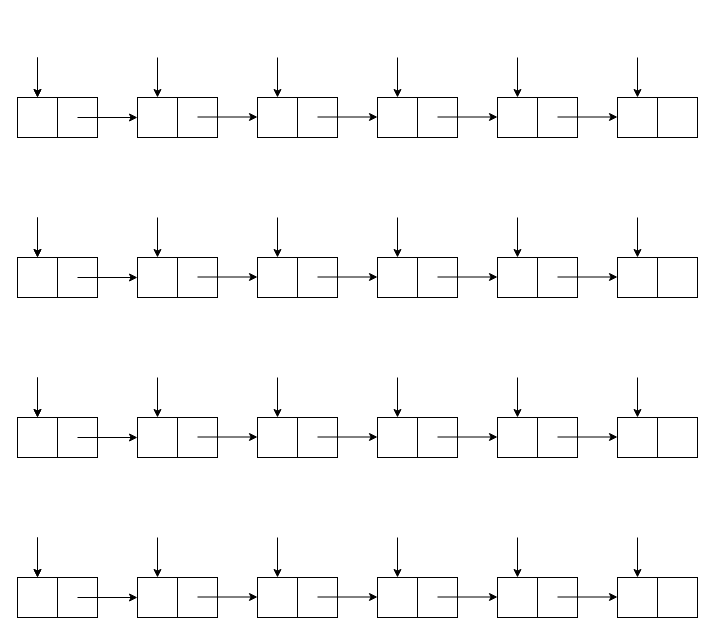
Above: Untitled Diagram.drawio in PoriPoriPori/Pori (draw.io), before the change. Source tidied: cells renumbered, new cells numbered last; positions are measured from the earlier drawing's top-left corner, leaving out a move shared by most shapes. Both pictures are drawn from the tidied source at 100%, with x=0, y=0 at pixel (17, 57).
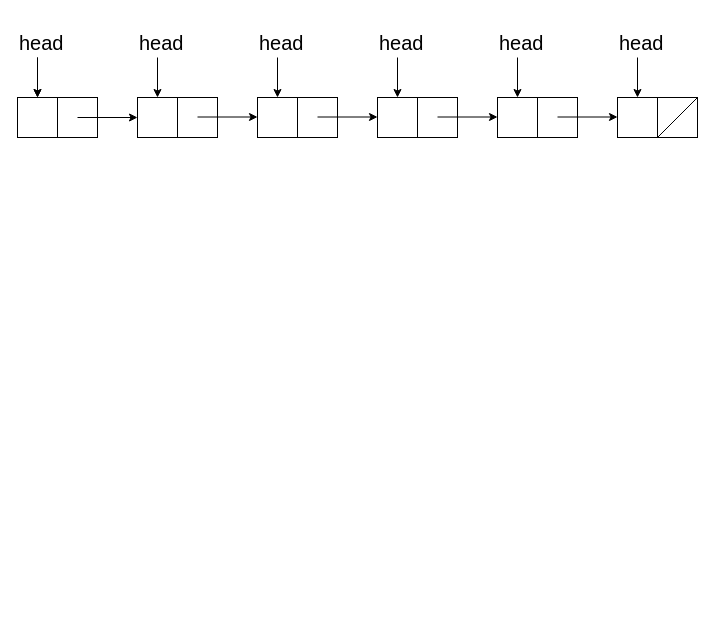
Above is the later version.

Unchanged cells that the change refers to:
```xml
<mxCell id="2" style="group;" parent="1" vertex="1">
  <mxGeometry width="680" height="80" as="geometry" />
</mxCell>
<mxCell id="3" style="rounded=0;whiteSpace=wrap;html=1;comic=0;" parent="2" vertex="1">
  <mxGeometry x="600" y="40" width="80" height="40" as="geometry" />
</mxCell>
```

What changed in the source:
```diff
@@
-    <mxCell id="27" style="group;" parent="1" vertex="1">
-      <mxGeometry y="480" width="680" height="80" as="geometry" />
-    </mxCell>
-    <mxCell id="28" style="rounded=0;whiteSpace=wrap;html=1;comic=0;" parent="27" vertex="1">
-      <mxGeometry x="600" y="40" width="80" height="40" as="geometry" />
-    </mxCell>
-    <mxCell id="29" style="endArrow=none;html=1;exitX=0.5;exitY=1;exitDx=0;exitDy=0;entryX=0.5;entryY=0;entryDx=0;entryDy=0;comic=0;" parent="27" edge="1" source="28" target="28">
-      <mxGeometry relative="1" as="geometry" />
-    </mxCell>
-    <mxCell id="30" style="rounded=0;whiteSpace=wrap;html=1;comic=0;" parent="27" vertex="1">
-      <mxGeometry x="480" y="40" width="80" height="40" as="geometry" />
-    </mxCell>
-    <mxCell id="31" style="endArrow=none;html=1;exitX=0.5;exitY=1;exitDx=0;exitDy=0;entryX=0.5;entryY=0;entryDx=0;entryDy=0;comic=0;" parent="27" edge="1" source="30" target="30">
-      <mxGeometry relative="1" as="geometry" />
-    </mxCell>
-    <mxCell id="32" style="rounded=0;whiteSpace=wrap;html=1;comic=0;" parent="27" vertex="1">
-      <mxGeometry x="360" y="40" width="80" height="40" as="geometry" />
-    </mxCell>
-    <mxCell id="33" style="endArrow=none;html=1;exitX=0.5;exitY=1;exitDx=0;exitDy=0;entryX=0.5;entryY=0;entryDx=0;entryDy=0;comic=0;" parent="27" edge="1" source="32" target="32">
-      <mxGeometry relative="1" as="geometry" />
-    </mxCell>
-    <mxCell id="34" style="rounded=0;whiteSpace=wrap;html=1;comic=0;" parent="27" vertex="1">
-      <mxGeometry y="40" width="80" height="40" as="geometry" />
-    </mxCell>
-    <mxCell id="35" style="endArrow=none;html=1;exitX=0.5;exitY=1;exitDx=0;exitDy=0;entryX=0.5;entryY=0;entryDx=0;entryDy=0;comic=0;" parent="27" edge="1" source="34" target="34">
-      <mxGeometry relative="1" as="geometry" />
-    </mxCell>
-    <mxCell id="36" style="rounded=0;whiteSpace=wrap;html=1;comic=0;" parent="27" vertex="1">
-      <mxGeometry x="240" y="40" width="80" height="40" as="geometry" />
-    </mxCell>
-    <mxCell id="37" style="endArrow=none;html=1;exitX=0.5;exitY=1;exitDx=0;exitDy=0;entryX=0.5;entryY=0;entryDx=0;entryDy=0;comic=0;" parent="27" edge="1" source="36" target="36">
-      <mxGeometry relative="1" as="geometry" />
-    </mxCell>
-    <mxCell id="38" style="rounded=0;whiteSpace=wrap;html=1;comic=0;" parent="27" vertex="1">
-      <mxGeometry x="120" y="40" width="80" height="40" as="geometry" />
-    </mxCell>
-    <mxCell id="39" style="endArrow=none;html=1;exitX=0.5;exitY=1;exitDx=0;exitDy=0;entryX=0.5;entryY=0;entryDx=0;entryDy=0;comic=0;" parent="27" edge="1" source="38" target="38">
-      <mxGeometry relative="1" as="geometry" />
-    </mxCell>
-    <mxCell id="40" style="endArrow=classic;html=1;comic=0;" parent="27" edge="1">
-      <mxGeometry relative="1" as="geometry">
-        <mxPoint x="60" y="60" as="sourcePoint" />
-        <mxPoint x="120" y="60" as="targetPoint" />
-      </mxGeometry>
-    </mxCell>
-    <mxCell id="41" style="endArrow=classic;html=1;comic=0;" parent="27" edge="1">
-      <mxGeometry relative="1" as="geometry">
-        <mxPoint x="180" y="59.5" as="sourcePoint" />
-        <mxPoint x="240" y="59.5" as="targetPoint" />
-      </mxGeometry>
-    </mxCell>
-    <mxCell id="42" style="endArrow=classic;html=1;comic=0;" parent="27" edge="1">
-      <mxGeometry relative="1" as="geometry">
-        <mxPoint x="300" y="59.5" as="sourcePoint" />
-        <mxPoint x="360" y="59.5" as="targetPoint" />
-      </mxGeometry>
-    </mxCell>
-    <mxCell id="43" style="endArrow=classic;html=1;comic=0;" parent="27" edge="1">
-      <mxGeometry relative="1" as="geometry">
-        <mxPoint x="420" y="59.5" as="sourcePoint" />
-        <mxPoint x="480" y="59.5" as="targetPoint" />
-      </mxGeometry>
-    </mxCell>
-    <mxCell id="44" style="endArrow=classic;html=1;comic=0;" parent="27" edge="1">
-      <mxGeometry relative="1" as="geometry">
-        <mxPoint x="540" y="59.5" as="sourcePoint" />
-        <mxPoint x="600" y="59.5" as="targetPoint" />
-      </mxGeometry>
-    </mxCell>
-    <mxCell id="45" style="endArrow=classic;html=1;entryX=0.25;entryY=0;entryDx=0;entryDy=0;comic=0;" parent="27" edge="1" target="34">
-      <mxGeometry relative="1" as="geometry">
-        <mxPoint x="20" as="sourcePoint" />
-      </mxGeometry>
-    </mxCell>
-    <mxCell id="46" style="endArrow=classic;html=1;entryX=0.25;entryY=0;entryDx=0;entryDy=0;comic=0;" parent="27" edge="1">
-      <mxGeometry relative="1" as="geometry">
-        <mxPoint x="20" as="sourcePoint" />
-        <mxPoint x="20" y="40" as="targetPoint" />
-      </mxGeometry>
-    </mxCell>
-    <mxCell id="47" style="endArrow=classic;html=1;entryX=0.25;entryY=0;entryDx=0;entryDy=0;comic=0;" parent="27" edge="1">
-      <mxGeometry relative="1" as="geometry">
-        <mxPoint x="140" as="sourcePoint" />
-        <mxPoint x="140" y="40" as="targetPoint" />
-      </mxGeometry>
-    </mxCell>
-    <mxCell id="48" style="endArrow=classic;html=1;entryX=0.25;entryY=0;entryDx=0;entryDy=0;comic=0;" parent="27" edge="1">
-      <mxGeometry relative="1" as="geometry">
-        <mxPoint x="260" as="sourcePoint" />
-        <mxPoint x="260" y="40" as="targetPoint" />
-      </mxGeometry>
-    </mxCell>
-    <mxCell id="49" style="endArrow=classic;html=1;entryX=0.25;entryY=0;entryDx=0;entryDy=0;comic=0;" parent="27" edge="1">
-      <mxGeometry relative="1" as="geometry">
-        <mxPoint x="380" as="sourcePoint" />
-        <mxPoint x="380" y="40" as="targetPoint" />
-      </mxGeometry>
-    </mxCell>
-    <mxCell id="50" style="endArrow=classic;html=1;entryX=0.25;entryY=0;entryDx=0;entryDy=0;comic=0;" parent="27" edge="1" target="28">
-      <mxGeometry relative="1" as="geometry">
-        <mxPoint x="620" as="sourcePoint" />
-      </mxGeometry>
-    </mxCell>
-    <mxCell id="51" style="endArrow=classic;html=1;entryX=0.25;entryY=0;entryDx=0;entryDy=0;comic=0;" parent="27" edge="1" target="30">
-      <mxGeometry relative="1" as="geometry">
-        <mxPoint x="500" as="sourcePoint" />
-      </mxGeometry>
-    </mxCell>
-    <mxCell id="52" style="group;" parent="1" vertex="1">
-      <mxGeometry y="320" width="680" height="80" as="geometry" />
-    </mxCell>
-    <mxCell id="53" style="rounded=0;whiteSpace=wrap;html=1;comic=0;" parent="52" vertex="1">
-      <mxGeometry x="600" y="40" width="80" height="40" as="geometry" />
-    </mxCell>
-    <mxCell id="54" style="endArrow=none;html=1;exitX=0.5;exitY=1;exitDx=0;exitDy=0;entryX=0.5;entryY=0;entryDx=0;entryDy=0;comic=0;" parent="52" edge="1" source="53" target="53">
-      <mxGeometry relative="1" as="geometry" />
-    </mxCell>
-    <mxCell id="55" style="rounded=0;whiteSpace=wrap;html=1;comic=0;" parent="52" vertex="1">
-      <mxGeometry x="480" y="40" width="80" height="40" as="geometry" />
-    </mxCell>
-    <mxCell id="56" style="endArrow=none;html=1;exitX=0.5;exitY=1;exitDx=0;exitDy=0;entryX=0.5;entryY=0;entryDx=0;entryDy=0;comic=0;" parent="52" edge="1" source="55" target="55">
-      <mxGeometry relative="1" as="geometry" />
-    </mxCell>
-    <mxCell id="57" style="rounded=0;whiteSpace=wrap;html=1;comic=0;" parent="52" vertex="1">
-      <mxGeometry x="360" y="40" width="80" height="40" as="geometry" />
-    </mxCell>
-    <mxCell id="58" style="endArrow=none;html=1;exitX=0.5;exitY=1;exitDx=0;exitDy=0;entryX=0.5;entryY=0;entryDx=0;entryDy=0;comic=0;" parent="52" edge="1" source="57" target="57">
-      <mxGeometry relative="1" as="geometry" />
-    </mxCell>
-    <mxCell id="59" style="rounded=0;whiteSpace=wrap;html=1;comic=0;" parent="52" vertex="1">
-      <mxGeometry y="40" width="80" height="40" as="geometry" />
-    </mxCell>
-    <mxCell id="60" style="endArrow=none;html=1;exitX=0.5;exitY=1;exitDx=0;exitDy=0;entryX=0.5;entryY=0;entryDx=0;entryDy=0;comic=0;" parent="52" edge="1" source="59" target="59">
-      <mxGeometry relative="1" as="geometry" />
-    </mxCell>
-    <mxCell id="61" style="rounded=0;whiteSpace=wrap;html=1;comic=0;" parent="52" vertex="1">
-      <mxGeometry x="240" y="40" width="80" height="40" as="geometry" />
-    </mxCell>
-    <mxCell id="62" style="endArrow=none;html=1;exitX=0.5;exitY=1;exitDx=0;exitDy=0;entryX=0.5;entryY=0;entryDx=0;entryDy=0;comic=0;" parent="52" edge="1" source="61" target="61">
-      <mxGeometry relative="1" as="geometry" />
-    </mxCell>
-    <mxCell id="63" style="rounded=0;whiteSpace=wrap;html=1;comic=0;" parent="52" vertex="1">
-      <mxGeometry x="120" y="40" width="80" height="40" as="geometry" />
-    </mxCell>
-    <mxCell id="64" style="endArrow=none;html=1;exitX=0.5;exitY=1;exitDx=0;exitDy=0;entryX=0.5;entryY=0;entryDx=0;entryDy=0;comic=0;" parent="52" edge="1" source="63" target="63">
-      <mxGeometry relative="1" as="geometry" />
-    </mxCell>
-    <mxCell id="65" style="endArrow=classic;html=1;comic=0;" parent="52" edge="1">
-      <mxGeometry relative="1" as="geometry">
-        <mxPoint x="60" y="60" as="sourcePoint" />
-        <mxPoint x="120" y="60" as="targetPoint" />
-      </mxGeometry>
-    </mxCell>
-    <mxCell id="66" style="endArrow=classic;html=1;comic=0;" parent="52" edge="1">
-      <mxGeometry relative="1" as="geometry">
-        <mxPoint x="180" y="59.5" as="sourcePoint" />
-        <mxPoint x="240" y="59.5" as="targetPoint" />
-      </mxGeometry>
-    </mxCell>
-    <mxCell id="67" style="endArrow=classic;html=1;comic=0;" parent="52" edge="1">
-      <mxGeometry relative="1" as="geometry">
-        <mxPoint x="300" y="59.5" as="sourcePoint" />
-        <mxPoint x="360" y="59.5" as="targetPoint" />
-      </mxGeometry>
-    </mxCell>
-    <mxCell id="68" style="endArrow=classic;html=1;comic=0;" parent="52" edge="1">
-      <mxGeometry relative="1" as="geometry">
-        <mxPoint x="420" y="59.5" as="sourcePoint" />
-        <mxPoint x="480" y="59.5" as="targetPoint" />
-      </mxGeometry>
-    </mxCell>
-    <mxCell id="69" style="endArrow=classic;html=1;comic=0;" parent="52" edge="1">
-      <mxGeometry relative="1" as="geometry">
-        <mxPoint x="540" y="59.5" as="sourcePoint" />
-        <mxPoint x="600" y="59.5" as="targetPoint" />
-      </mxGeometry>
-    </mxCell>
-    <mxCell id="70" style="endArrow=classic;html=1;entryX=0.25;entryY=0;entryDx=0;entryDy=0;comic=0;" parent="52" edge="1" target="59">
-      <mxGeometry relative="1" as="geometry">
-        <mxPoint x="20" as="sourcePoint" />
-      </mxGeometry>
-    </mxCell>
-    <mxCell id="71" style="endArrow=classic;html=1;entryX=0.25;entryY=0;entryDx=0;entryDy=0;comic=0;" parent="52" edge="1">
-      <mxGeometry relative="1" as="geometry">
-        <mxPoint x="20" as="sourcePoint" />
-        <mxPoint x="20" y="40" as="targetPoint" />
-      </mxGeometry>
-    </mxCell>
-    <mxCell id="72" style="endArrow=classic;html=1;entryX=0.25;entryY=0;entryDx=0;entryDy=0;comic=0;" parent="52" edge="1">
-      <mxGeometry relative="1" as="geometry">
-        <mxPoint x="140" as="sourcePoint" />
-        <mxPoint x="140" y="40" as="targetPoint" />
-      </mxGeometry>
-    </mxCell>
-    <mxCell id="73" style="endArrow=classic;html=1;entryX=0.25;entryY=0;entryDx=0;entryDy=0;comic=0;" parent="52" edge="1">
-      <mxGeometry relative="1" as="geometry">
-        <mxPoint x="260" as="sourcePoint" />
-        <mxPoint x="260" y="40" as="targetPoint" />
-      </mxGeometry>
-    </mxCell>
-    <mxCell id="74" style="endArrow=classic;html=1;entryX=0.25;entryY=0;entryDx=0;entryDy=0;comic=0;" parent="52" edge="1">
-      <mxGeometry relative="1" as="geometry">
-        <mxPoint x="380" as="sourcePoint" />
-        <mxPoint x="380" y="40" as="targetPoint" />
-      </mxGeometry>
-    </mxCell>
-    <mxCell id="75" style="endArrow=classic;html=1;entryX=0.25;entryY=0;entryDx=0;entryDy=0;comic=0;" parent="52" edge="1" target="53">
-      <mxGeometry relative="1" as="geometry">
-        <mxPoint x="620" as="sourcePoint" />
-      </mxGeometry>
-    </mxCell>
-    <mxCell id="76" style="endArrow=classic;html=1;entryX=0.25;entryY=0;entryDx=0;entryDy=0;comic=0;" parent="52" edge="1" target="55">
-      <mxGeometry relative="1" as="geometry">
-        <mxPoint x="500" as="sourcePoint" />
-      </mxGeometry>
-    </mxCell>
-    <mxCell id="77" style="group;" parent="1" vertex="1">
-      <mxGeometry y="160" width="680" height="80" as="geometry" />
-    </mxCell>
-    <mxCell id="78" style="rounded=0;whiteSpace=wrap;html=1;comic=0;" parent="77" vertex="1">
-      <mxGeometry x="600" y="40" width="80" height="40" as="geometry" />
-    </mxCell>
-    <mxCell id="79" style="endArrow=none;html=1;exitX=0.5;exitY=1;exitDx=0;exitDy=0;entryX=0.5;entryY=0;entryDx=0;entryDy=0;comic=0;" parent="77" edge="1" source="78" target="78">
-      <mxGeometry relative="1" as="geometry" />
-    </mxCell>
-    <mxCell id="80" style="rounded=0;whiteSpace=wrap;html=1;comic=0;" parent="77" vertex="1">
-      <mxGeometry x="480" y="40" width="80" height="40" as="geometry" />
-    </mxCell>
-    <mxCell id="81" style="endArrow=none;html=1;exitX=0.5;exitY=1;exitDx=0;exitDy=0;entryX=0.5;entryY=0;entryDx=0;entryDy=0;comic=0;" parent="77" edge="1" source="80" target="80">
-      <mxGeometry relative="1" as="geometry" />
-    </mxCell>
-    <mxCell id="82" style="rounded=0;whiteSpace=wrap;html=1;comic=0;" parent="77" vertex="1">
-      <mxGeometry x="360" y="40" width="80" height="40" as="geometry" />
-    </mxCell>
-    <mxCell id="83" style="endArrow=none;html=1;exitX=0.5;exitY=1;exitDx=0;exitDy=0;entryX=0.5;entryY=0;entryDx=0;entryDy=0;comic=0;" parent="77" edge="1" source="82" target="82">
-      <mxGeometry relative="1" as="geometry" />
-    </mxCell>
-    <mxCell id="84" style="rounded=0;whiteSpace=wrap;html=1;comic=0;" parent="77" vertex="1">
-      <mxGeometry y="40" width="80" height="40" as="geometry" />
-    </mxCell>
-    <mxCell id="85" style="endArrow=none;html=1;exitX=0.5;exitY=1;exitDx=0;exitDy=0;entryX=0.5;entryY=0;entryDx=0;entryDy=0;comic=0;" parent="77" edge="1" source="84" target="84">
-      <mxGeometry relative="1" as="geometry" />
-    </mxCell>
-    <mxCell id="86" style="rounded=0;whiteSpace=wrap;html=1;comic=0;" parent="77" vertex="1">
-      <mxGeometry x="240" y="40" width="80" height="40" as="geometry" />
-    </mxCell>
-    <mxCell id="87" style="endArrow=none;html=1;exitX=0.5;exitY=1;exitDx=0;exitDy=0;entryX=0.5;entryY=0;entryDx=0;entryDy=0;comic=0;" parent="77" edge="1" source="86" target="86">
-      <mxGeometry relative="1" as="geometry" />
-    </mxCell>
-    <mxCell id="88" style="rounded=0;whiteSpace=wrap;html=1;comic=0;" parent="77" vertex="1">
-      <mxGeometry x="120" y="40" width="80" height="40" as="geometry" />
-    </mxCell>
-    <mxCell id="89" style="endArrow=none;html=1;exitX=0.5;exitY=1;exitDx=0;exitDy=0;entryX=0.5;entryY=0;entryDx=0;entryDy=0;comic=0;" parent="77" edge="1" source="88" target="88">
-      <mxGeometry relative="1" as="geometry" />
-    </mxCell>
-    <mxCell id="90" style="endArrow=classic;html=1;comic=0;" parent="77" edge="1">
-      <mxGeometry relative="1" as="geometry">
-        <mxPoint x="60" y="60" as="sourcePoint" />
-        <mxPoint x="120" y="60" as="targetPoint" />
-      </mxGeometry>
-    </mxCell>
-    <mxCell id="91" style="endArrow=classic;html=1;comic=0;" parent="77" edge="1">
-      <mxGeometry relative="1" as="geometry">
-        <mxPoint x="180" y="59.5" as="sourcePoint" />
-        <mxPoint x="240" y="59.5" as="targetPoint" />
-      </mxGeometry>
-    </mxCell>
-    <mxCell id="92" style="endArrow=classic;html=1;comic=0;" parent="77" edge="1">
-      <mxGeometry relative="1" as="geometry">
-        <mxPoint x="300" y="59.5" as="sourcePoint" />
-        <mxPoint x="360" y="59.5" as="targetPoint" />
-      </mxGeometry>
-    </mxCell>
-    <mxCell id="93" style="endArrow=classic;html=1;comic=0;" parent="77" edge="1">
-      <mxGeometry relative="1" as="geometry">
-        <mxPoint x="420" y="59.5" as="sourcePoint" />
-        <mxPoint x="480" y="59.5" as="targetPoint" />
-      </mxGeometry>
-    </mxCell>
-    <mxCell id="94" style="endArrow=classic;html=1;comic=0;" parent="77" edge="1">
-      <mxGeometry relative="1" as="geometry">
-        <mxPoint x="540" y="59.5" as="sourcePoint" />
-        <mxPoint x="600" y="59.5" as="targetPoint" />
-      </mxGeometry>
-    </mxCell>
-    <mxCell id="95" style="endArrow=classic;html=1;entryX=0.25;entryY=0;entryDx=0;entryDy=0;comic=0;" parent="77" edge="1" target="84">
-      <mxGeometry relative="1" as="geometry">
-        <mxPoint x="20" as="sourcePoint" />
-      </mxGeometry>
-    </mxCell>
-    <mxCell id="96" style="endArrow=classic;html=1;entryX=0.25;entryY=0;entryDx=0;entryDy=0;comic=0;" parent="77" edge="1">
-      <mxGeometry relative="1" as="geometry">
-        <mxPoint x="20" as="sourcePoint" />
-        <mxPoint x="20" y="40" as="targetPoint" />
-      </mxGeometry>
-    </mxCell>
-    <mxCell id="97" style="endArrow=classic;html=1;entryX=0.25;entryY=0;entryDx=0;entryDy=0;comic=0;" parent="77" edge="1">
-      <mxGeometry relative="1" as="geometry">
-        <mxPoint x="140" as="sourcePoint" />
-        <mxPoint x="140" y="40" as="targetPoint" />
-      </mxGeometry>
-    </mxCell>
-    <mxCell id="98" style="endArrow=classic;html=1;entryX=0.25;entryY=0;entryDx=0;entryDy=0;comic=0;" parent="77" edge="1">
-      <mxGeometry relative="1" as="geometry">
-        <mxPoint x="260" as="sourcePoint" />
-        <mxPoint x="260" y="40" as="targetPoint" />
-      </mxGeometry>
-    </mxCell>
-    <mxCell id="99" style="endArrow=classic;html=1;entryX=0.25;entryY=0;entryDx=0;entryDy=0;comic=0;" parent="77" edge="1">
-      <mxGeometry relative="1" as="geometry">
-        <mxPoint x="380" as="sourcePoint" />
-        <mxPoint x="380" y="40" as="targetPoint" />
-      </mxGeometry>
-    </mxCell>
-    <mxCell id="100" style="endArrow=classic;html=1;entryX=0.25;entryY=0;entryDx=0;entryDy=0;comic=0;" parent="77" edge="1" target="78">
-      <mxGeometry relative="1" as="geometry">
-        <mxPoint x="620" as="sourcePoint" />
-      </mxGeometry>
-    </mxCell>
-    <mxCell id="101" style="endArrow=classic;html=1;entryX=0.25;entryY=0;entryDx=0;entryDy=0;comic=0;" parent="77" edge="1" target="80">
-      <mxGeometry relative="1" as="geometry">
-        <mxPoint x="500" as="sourcePoint" />
-      </mxGeometry>
-    </mxCell>
+    <mxCell id="102" style="endArrow=none;html=1;entryX=1;entryY=0;entryDx=0;entryDy=0;exitX=0.5;exitY=1;exitDx=0;exitDy=0;" parent="2" edge="1" source="3" target="3">
+      <mxGeometry relative="1" as="geometry" />
+    </mxCell>
+    <mxCell id="103" value="&lt;div style=&quot;font-size: 20px&quot;&gt;head&lt;/div&gt;" style="text;whiteSpace=wrap;html=1;align=left;verticalAlign=bottom;" parent="1" vertex="1">
+      <mxGeometry y="-40" width="80" height="40" as="geometry" />
+    </mxCell>
+    <mxCell id="104" value="&lt;div style=&quot;font-size: 20px&quot;&gt;head&lt;/div&gt;" style="text;whiteSpace=wrap;html=1;align=left;verticalAlign=bottom;" parent="1" vertex="1">
+      <mxGeometry x="600" y="-40" width="80" height="40" as="geometry" />
+    </mxCell>
+    <mxCell id="105" value="&lt;div style=&quot;font-size: 20px&quot;&gt;head&lt;/div&gt;" style="text;whiteSpace=wrap;html=1;align=left;verticalAlign=bottom;" parent="1" vertex="1">
+      <mxGeometry x="480" y="-40" width="80" height="40" as="geometry" />
+    </mxCell>
+    <mxCell id="106" value="&lt;div style=&quot;font-size: 20px&quot;&gt;head&lt;/div&gt;" style="text;whiteSpace=wrap;html=1;align=left;verticalAlign=bottom;" parent="1" vertex="1">
+      <mxGeometry x="360" y="-40" width="80" height="40" as="geometry" />
+    </mxCell>
+    <mxCell id="107" value="&lt;div style=&quot;font-size: 20px&quot;&gt;head&lt;/div&gt;" style="text;whiteSpace=wrap;html=1;align=left;verticalAlign=bottom;" parent="1" vertex="1">
+      <mxGeometry x="240" y="-40" width="80" height="40" as="geometry" />
+    </mxCell>
+    <mxCell id="108" value="&lt;div style=&quot;font-size: 20px&quot;&gt;head&lt;/div&gt;" style="text;whiteSpace=wrap;html=1;align=left;verticalAlign=bottom;" parent="1" vertex="1">
+      <mxGeometry x="120" y="-40" width="80" height="40" as="geometry" />
+    </mxCell>
```
